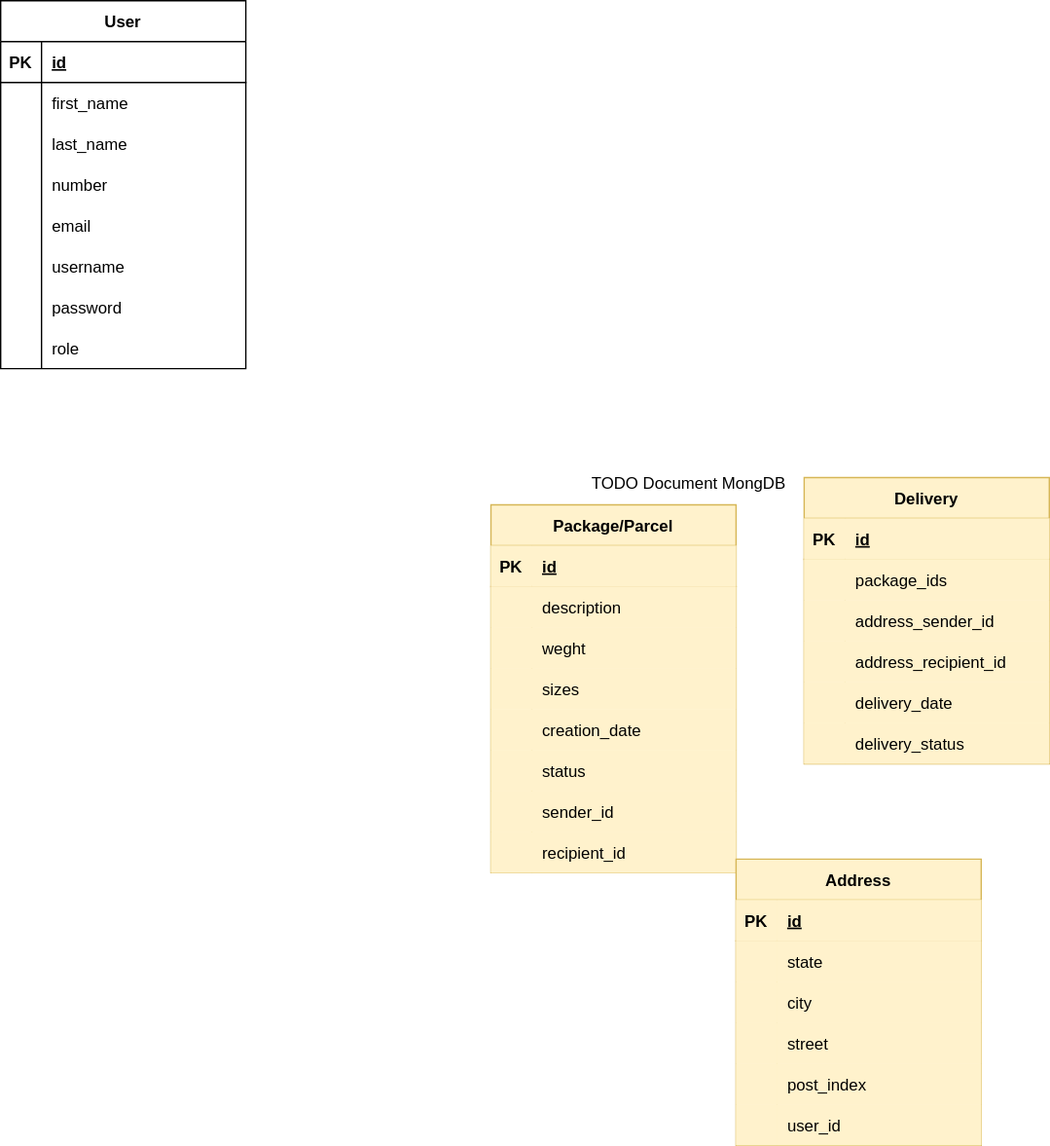
This is src/main/resources/ERD.svg from E6L1PS/delivery-api, a draw.io export, as it was before one commit. Source tidied: cells renumbered, new cells last; positions are measured from the earlier drawing's top-left corner, leaving out a move shared by most shapes.
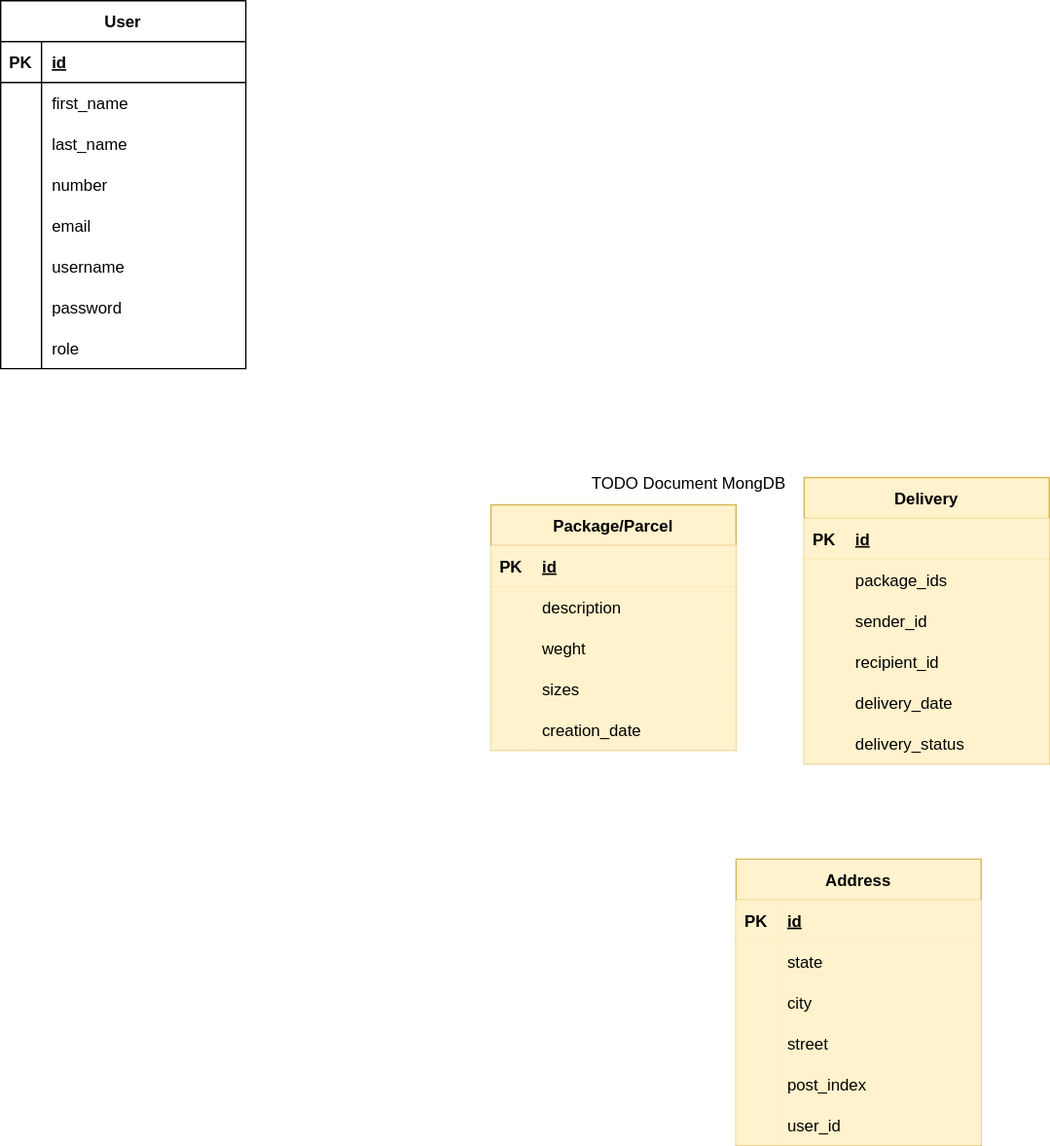
After the commit.

Diff of the diagram source:
```diff
@@ -78,7 +78,7 @@
       <mxGeometry x="30" width="150" height="30" as="geometry" />
     </mxCell>
     <mxCell id="27" value="Package/Parcel" style="shape=table;startSize=30;rowLines=0;fontStyle=1;align=center;fillColor=#fff2cc;strokeColor=#d6b656;" parent="1" vertex="1">
-      <mxGeometry x="360" y="370" width="180" height="270" as="geometry" />
+      <mxGeometry x="360" y="370" width="180" height="180" as="geometry" />
     </mxCell>
     <mxCell id="28" style="shape=tableRow;horizontal=0;startSize=0;swimlaneHead=0;swimlaneBody=0;fillColor=#fff2cc;top=0;left=0;right=0;bottom=1;strokeColor=#d6b656;" parent="27" vertex="1">
       <mxGeometry y="30" width="180" height="30" as="geometry" />
@@ -125,33 +125,6 @@
     <mxCell id="42" value="creation_date" style="shape=partialRectangle;fillColor=#fff2cc;top=0;left=0;bottom=0;right=0;align=left;spacingLeft=6;overflow=hidden;strokeColor=#d6b656;" parent="40" vertex="1">
       <mxGeometry x="30" width="150" height="30" as="geometry" />
     </mxCell>
-    <mxCell id="43" style="shape=tableRow;horizontal=0;startSize=0;swimlaneHead=0;swimlaneBody=0;fillColor=#fff2cc;top=0;left=0;right=0;bottom=0;strokeColor=#d6b656;" parent="27" vertex="1">
-      <mxGeometry y="180" width="180" height="30" as="geometry" />
-    </mxCell>
-    <mxCell id="44" style="shape=partialRectangle;fillColor=#fff2cc;top=0;left=0;bottom=0;right=0;overflow=hidden;strokeColor=#d6b656;" parent="43" vertex="1">
-      <mxGeometry width="30" height="30" as="geometry" />
-    </mxCell>
-    <mxCell id="45" value="status" style="shape=partialRectangle;fillColor=#fff2cc;top=0;left=0;bottom=0;right=0;align=left;spacingLeft=6;overflow=hidden;strokeColor=#d6b656;" parent="43" vertex="1">
-      <mxGeometry x="30" width="150" height="30" as="geometry" />
-    </mxCell>
-    <mxCell id="46" style="shape=tableRow;horizontal=0;startSize=0;swimlaneHead=0;swimlaneBody=0;fillColor=#fff2cc;top=0;left=0;right=0;bottom=0;strokeColor=#d6b656;" parent="27" vertex="1">
-      <mxGeometry y="210" width="180" height="30" as="geometry" />
-    </mxCell>
-    <mxCell id="47" style="shape=partialRectangle;fillColor=#fff2cc;top=0;left=0;bottom=0;right=0;overflow=hidden;strokeColor=#d6b656;" parent="46" vertex="1">
-      <mxGeometry width="30" height="30" as="geometry" />
-    </mxCell>
-    <mxCell id="48" value="sender_id" style="shape=partialRectangle;fillColor=#fff2cc;top=0;left=0;bottom=0;right=0;align=left;spacingLeft=6;overflow=hidden;strokeColor=#d6b656;" parent="46" vertex="1">
-      <mxGeometry x="30" width="150" height="30" as="geometry" />
-    </mxCell>
-    <mxCell id="49" style="shape=tableRow;horizontal=0;startSize=0;swimlaneHead=0;swimlaneBody=0;fillColor=#fff2cc;top=0;left=0;right=0;bottom=0;strokeColor=#d6b656;" parent="27" vertex="1">
-      <mxGeometry y="240" width="180" height="30" as="geometry" />
-    </mxCell>
-    <mxCell id="50" style="shape=partialRectangle;fillColor=#fff2cc;top=0;left=0;bottom=0;right=0;overflow=hidden;strokeColor=#d6b656;" parent="49" vertex="1">
-      <mxGeometry width="30" height="30" as="geometry" />
-    </mxCell>
-    <mxCell id="51" value="recipient_id" style="shape=partialRectangle;fillColor=#fff2cc;top=0;left=0;bottom=0;right=0;align=left;spacingLeft=6;overflow=hidden;strokeColor=#d6b656;" parent="49" vertex="1">
-      <mxGeometry x="30" width="150" height="30" as="geometry" />
-    </mxCell>
     <mxCell id="52" value="Delivery" style="shape=table;startSize=30;rowLines=0;fontStyle=1;align=center;fillColor=#fff2cc;strokeColor=#d6b656;" parent="1" vertex="1">
       <mxGeometry x="590" y="350" width="180" height="210" as="geometry" />
     </mxCell>
@@ -179,7 +152,7 @@
     <mxCell id="60" style="shape=partialRectangle;fillColor=#fff2cc;top=0;left=0;bottom=0;right=0;overflow=hidden;strokeColor=#d6b656;" parent="59" vertex="1">
       <mxGeometry width="30" height="30" as="geometry" />
     </mxCell>
-    <mxCell id="61" value="address_sender_id" style="shape=partialRectangle;fillColor=#fff2cc;top=0;left=0;bottom=0;right=0;align=left;spacingLeft=6;overflow=hidden;strokeColor=#d6b656;" parent="59" vertex="1">
+    <mxCell id="61" value="sender_id" style="shape=partialRectangle;fillColor=#fff2cc;top=0;left=0;bottom=0;right=0;align=left;spacingLeft=6;overflow=hidden;strokeColor=#d6b656;" parent="59" vertex="1">
       <mxGeometry x="30" width="150" height="30" as="geometry" />
     </mxCell>
     <mxCell id="62" style="shape=tableRow;horizontal=0;startSize=0;swimlaneHead=0;swimlaneBody=0;fillColor=#fff2cc;top=0;left=0;right=0;bottom=0;strokeColor=#d6b656;" parent="52" vertex="1">
@@ -188,7 +161,7 @@
     <mxCell id="63" style="shape=partialRectangle;fillColor=#fff2cc;top=0;left=0;bottom=0;right=0;overflow=hidden;strokeColor=#d6b656;" parent="62" vertex="1">
       <mxGeometry width="30" height="30" as="geometry" />
     </mxCell>
-    <mxCell id="64" value="address_recipient_id" style="shape=partialRectangle;fillColor=#fff2cc;top=0;left=0;bottom=0;right=0;align=left;spacingLeft=6;overflow=hidden;strokeColor=#d6b656;" parent="62" vertex="1">
+    <mxCell id="64" value="recipient_id" style="shape=partialRectangle;fillColor=#fff2cc;top=0;left=0;bottom=0;right=0;align=left;spacingLeft=6;overflow=hidden;strokeColor=#d6b656;" parent="62" vertex="1">
       <mxGeometry x="30" width="150" height="30" as="geometry" />
     </mxCell>
     <mxCell id="65" style="shape=tableRow;horizontal=0;startSize=0;swimlaneHead=0;swimlaneBody=0;fillColor=#fff2cc;top=0;left=0;right=0;bottom=0;strokeColor=#d6b656;" parent="52" vertex="1">
```
